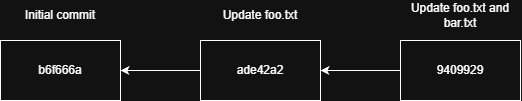
Before: resources/branching/ex1.png, a diagram exported from draw.io (eagle79/git-bootcamp). Source tidied: cells renumbered, new cells last; positions are measured from the earlier drawing's top-left corner, leaving out a move shared by most shapes. Its diagram source:
```xml
<mxGraphModel>
  <root>
    <mxCell id="0" />
    <mxCell id="1" parent="0" />
    <mxCell id="2" style="edgeStyle=orthogonalEdgeStyle;rounded=0;jettySize=auto;html=1;defaultLabelBackgroundColor=page;endArrow=none;endFill=0;startArrow=classic;startFill=1;" parent="1" edge="1" source="3" target="5">
      <mxGeometry relative="1" as="geometry" />
    </mxCell>
    <mxCell id="3" value="b6f666a" style="rounded=0;whiteSpace=wrap;html=1;" parent="1" vertex="1">
      <mxGeometry y="40" width="120" height="60" as="geometry" />
    </mxCell>
    <mxCell id="4" style="edgeStyle=orthogonalEdgeStyle;rounded=0;jettySize=auto;html=1;defaultLabelBackgroundColor=page;endArrow=none;endFill=0;startArrow=classic;startFill=1;" parent="1" edge="1" source="5" target="6">
      <mxGeometry relative="1" as="geometry" />
    </mxCell>
    <mxCell id="5" value="ade42a2" style="rounded=0;whiteSpace=wrap;html=1;" parent="1" vertex="1">
      <mxGeometry x="200" y="40" width="120" height="60" as="geometry" />
    </mxCell>
    <mxCell id="6" value="9409929" style="rounded=0;whiteSpace=wrap;html=1;" parent="1" vertex="1">
      <mxGeometry x="400" y="40" width="120" height="60" as="geometry" />
    </mxCell>
    <mxCell id="7" value="Initial commit" style="text;html=1;whiteSpace=wrap;strokeColor=none;fillColor=none;align=center;verticalAlign=middle;rounded=0;" parent="1" vertex="1">
      <mxGeometry width="120" height="30" as="geometry" />
    </mxCell>
    <mxCell id="8" value="Update foo.txt" style="text;html=1;whiteSpace=wrap;strokeColor=none;fillColor=none;align=center;verticalAlign=middle;rounded=0;" parent="1" vertex="1">
      <mxGeometry x="200" width="120" height="30" as="geometry" />
    </mxCell>
    <mxCell id="9" value="Update foo.txt and bar.txt" style="text;html=1;whiteSpace=wrap;strokeColor=none;fillColor=none;align=center;verticalAlign=middle;rounded=0;" parent="1" vertex="1">
      <mxGeometry x="400" width="120" height="30" as="geometry" />
    </mxCell>
  </root>
</mxGraphModel>
```
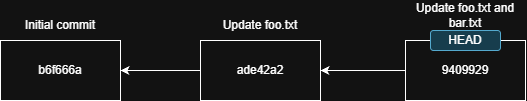
Above is the later version.

Change to the diagram source:
```diff
@@ -2,29 +2,32 @@
   <root>
     <mxCell id="0" />
     <mxCell id="1" parent="0" />
-    <mxCell id="2" style="edgeStyle=orthogonalEdgeStyle;rounded=0;jettySize=auto;html=1;defaultLabelBackgroundColor=page;endArrow=none;endFill=0;startArrow=classic;startFill=1;" parent="1" edge="1" source="3" target="5">
+    <mxCell id="2" style="edgeStyle=orthogonalEdgeStyle;rounded=0;jettySize=auto;html=1;defaultLabelBackgroundColor=page;startArrow=classic;startFill=1;endArrow=none;endFill=0;" parent="1" edge="1" source="3" target="5">
       <mxGeometry relative="1" as="geometry" />
     </mxCell>
     <mxCell id="3" value="b6f666a" style="rounded=0;whiteSpace=wrap;html=1;" parent="1" vertex="1">
-      <mxGeometry y="40" width="120" height="60" as="geometry" />
+      <mxGeometry x="80" y="70" width="120" height="60" as="geometry" />
     </mxCell>
-    <mxCell id="4" style="edgeStyle=orthogonalEdgeStyle;rounded=0;jettySize=auto;html=1;defaultLabelBackgroundColor=page;endArrow=none;endFill=0;startArrow=classic;startFill=1;" parent="1" edge="1" source="5" target="6">
-      <mxGeometry relative="1" as="geometry" />
-    </mxCell>
     <mxCell id="5" value="ade42a2" style="rounded=0;whiteSpace=wrap;html=1;" parent="1" vertex="1">
-      <mxGeometry x="200" y="40" width="120" height="60" as="geometry" />
+      <mxGeometry x="280" y="70" width="120" height="60" as="geometry" />
     </mxCell>
+    <mxCell id="10" style="edgeStyle=orthogonalEdgeStyle;rounded=0;jettySize=auto;html=1;exitX=0;exitY=0.5;exitDx=0;exitDy=0;entryX=1;entryY=0.5;entryDx=0;entryDy=0;defaultLabelBackgroundColor=page;" parent="1" edge="1" source="6" target="5">
+      <mxGeometry relative="1" as="geometry" />
+    </mxCell>
     <mxCell id="6" value="9409929" style="rounded=0;whiteSpace=wrap;html=1;" parent="1" vertex="1">
-      <mxGeometry x="400" y="40" width="120" height="60" as="geometry" />
+      <mxGeometry x="485" y="70" width="120" height="60" as="geometry" />
     </mxCell>
+    <mxCell id="11" value="HEAD" style="rounded=1;whiteSpace=wrap;html=1;roundedPerimeter=1;fillColor=#b1ddf0;strokeColor=#10739e;" parent="1" vertex="1">
+      <mxGeometry x="510" y="60" width="70" height="20" as="geometry" />
+    </mxCell>
     <mxCell id="7" value="Initial commit" style="text;html=1;whiteSpace=wrap;strokeColor=none;fillColor=none;align=center;verticalAlign=middle;rounded=0;" parent="1" vertex="1">
-      <mxGeometry width="120" height="30" as="geometry" />
+      <mxGeometry x="80" y="40" width="120" height="30" as="geometry" />
     </mxCell>
     <mxCell id="8" value="Update foo.txt" style="text;html=1;whiteSpace=wrap;strokeColor=none;fillColor=none;align=center;verticalAlign=middle;rounded=0;" parent="1" vertex="1">
-      <mxGeometry x="200" width="120" height="30" as="geometry" />
+      <mxGeometry x="280" y="40" width="120" height="30" as="geometry" />
     </mxCell>
     <mxCell id="9" value="Update foo.txt and bar.txt" style="text;html=1;whiteSpace=wrap;strokeColor=none;fillColor=none;align=center;verticalAlign=middle;rounded=0;" parent="1" vertex="1">
-      <mxGeometry x="400" width="120" height="30" as="geometry" />
+      <mxGeometry x="485" y="30" width="120" height="30" as="geometry" />
     </mxCell>
   </root>
 </mxGraphModel>
```
